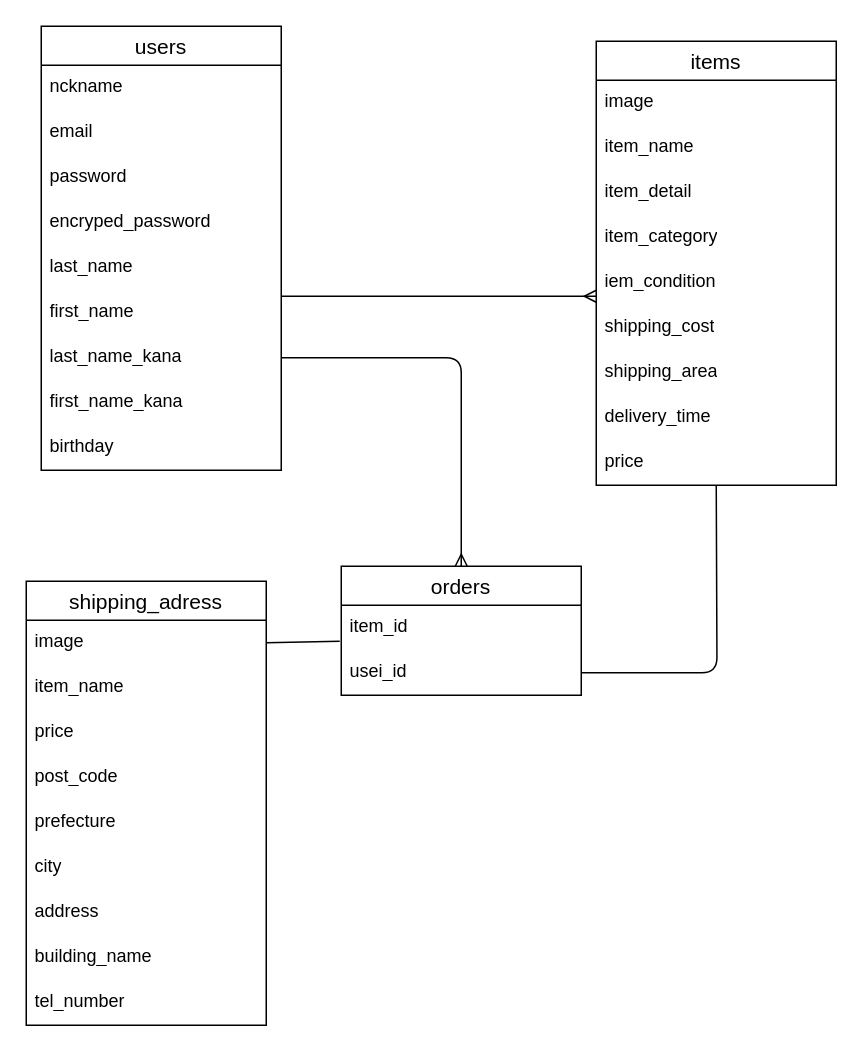
The draw.io diagram furima.dio in mayumishibata-div/furima-1111, before the edit. Source tidied: cells renumbered, new cells numbered last; positions are measured from the earlier drawing's top-left corner, leaving out a move shared by most shapes. Both pictures are drawn from the tidied source at 150%, with x=0, y=0 at pixel (26, 26).
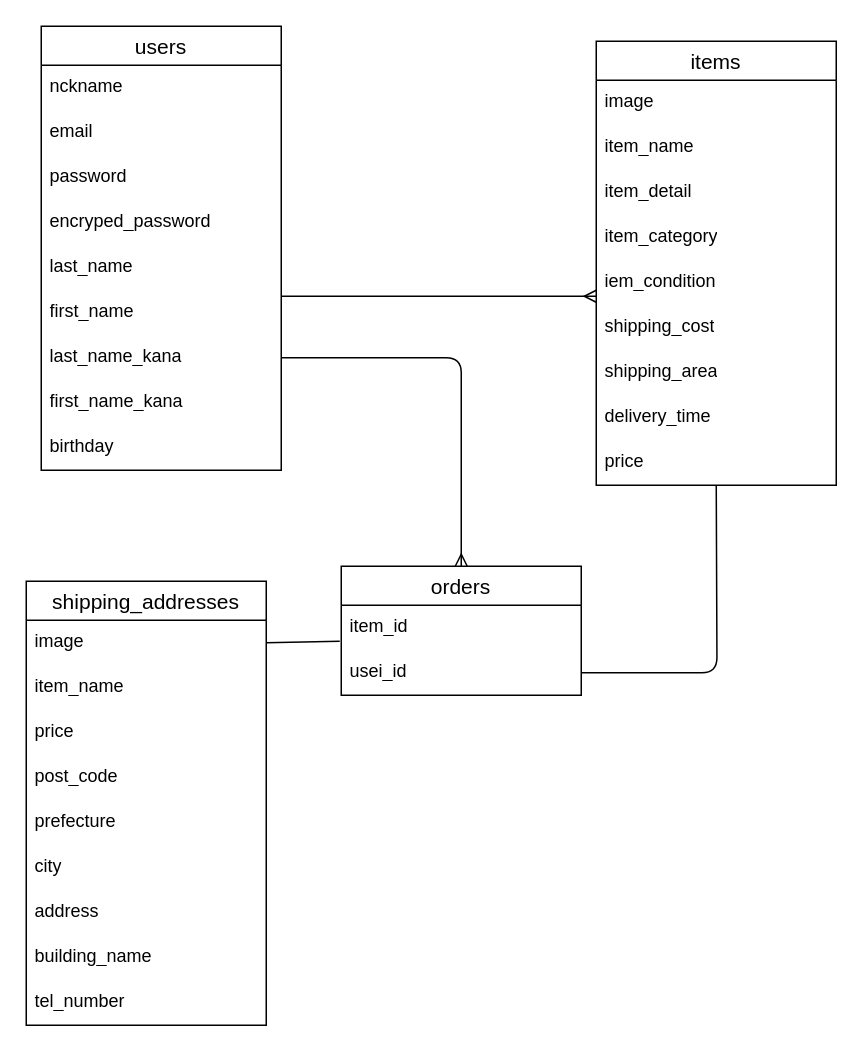
Above is the later version.

Commit message (it also covers changes not shown here):
アソシエーションの修正

Diff of the diagram source:
```diff
@@
-    <mxCell id="22" value="shipping_adress" style="swimlane;fontStyle=0;horizontal=1;startSize=26;align=center;fontSize=14;" parent="1" vertex="1">
+    <mxCell id="22" value="shipping_addresses" style="swimlane;fontStyle=0;horizontal=1;startSize=26;align=center;fontSize=14;" parent="1" vertex="1">
       <mxGeometry y="370" width="160" height="296" as="geometry" />
     </mxCell>
```
